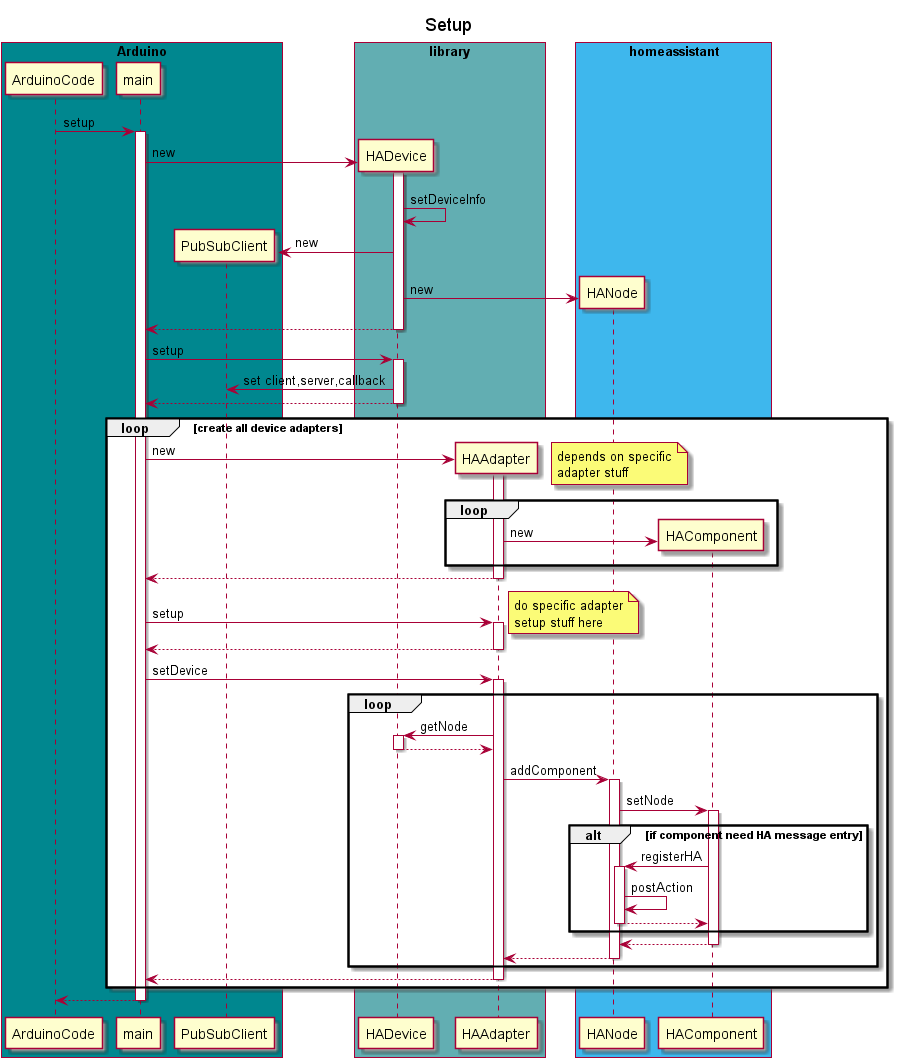
SBKila/homeassistantlibrary keeps this PlantUML diagram as out/doc/src/SD_Setup_plantUML/Setup.png. Above is the earlier version. Source of this version:
```plantuml
@startuml
title Setup

box "Arduino" #00878F
participant ArduinoCode
participant main
participant PubSubClient
end box

box "library" #62AEB2
participant HADevice
participant HAAdapter
end box

box "homeassistant" #3eb7ed
participant HANode
participant HAComponent
end box



ArduinoCode->main : setup
activate main
create HADevice
main->HADevice : new
activate HADevice
HADevice->HADevice : setDeviceInfo
create PubSubClient
HADevice->PubSubClient : new
create HANode
HADevice->HANode : new
return
main->HADevice:setup
activate HADevice
HADevice->PubSubClient : set client,server,callback
return


loop create all device adapters
	create HAAdapter
	main->HAAdapter : new
	activate HAAdapter
	loop
		note right : depends on specific\nadapter stuff
		create HAComponent
		HAAdapter->HAComponent : new
	end
	return

	main->HAAdapter : setup
	activate HAAdapter
	note right : do specific adapter\nsetup stuff here
	return

	main->HAAdapter : setDevice
	activate HAAdapter
	loop
		HAAdapter->HADevice : getNode
		activate HADevice
		return
		HAAdapter->HANode : addComponent
		activate HANode
		HANode->HAComponent : setNode
		alt if component need HA message entry
			activate HAComponent
			HAComponent->HANode:registerHA
			activate HANode
			HANode->HANode:postAction
			return
		end
		return
		return
	end
	return
end
return
@enduml
```
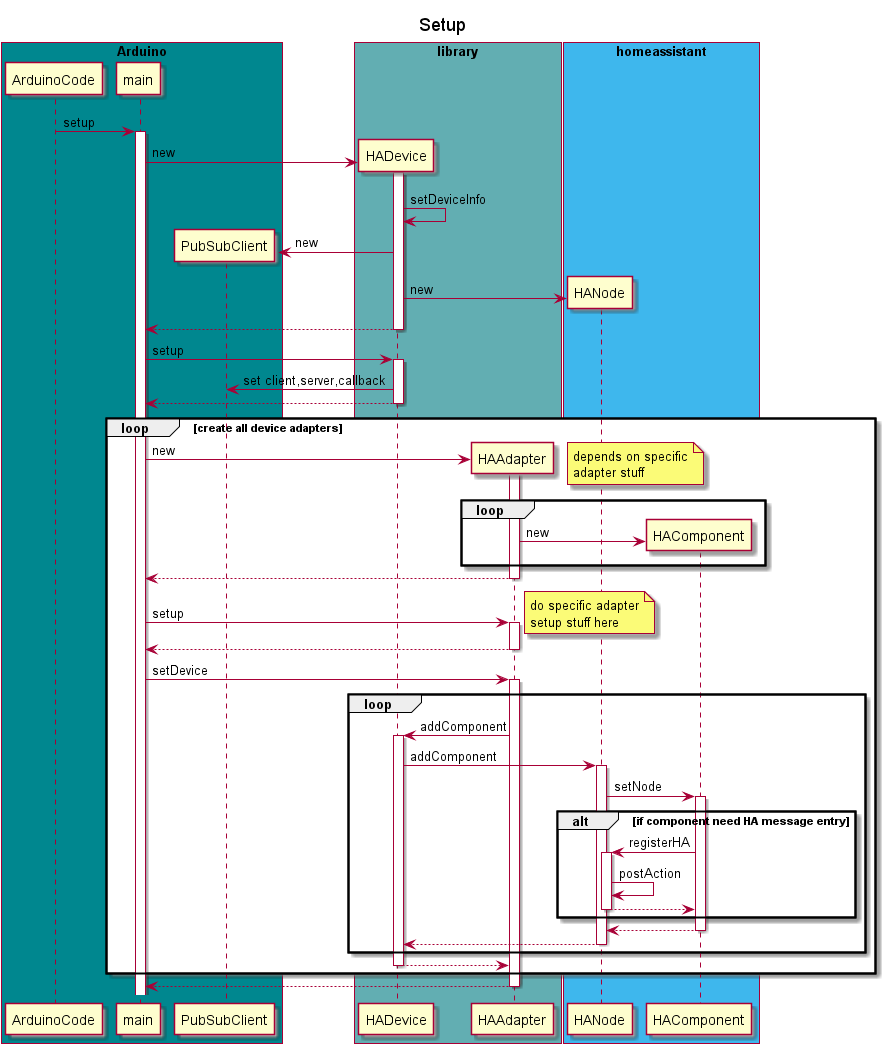
The same file after the commit.

Change to the diagram source:
```diff
@@ -55,10 +55,9 @@
 	main->HAAdapter : setDevice
 	activate HAAdapter
 	loop
-		HAAdapter->HADevice : getNode
+		HAAdapter->HADevice : addComponent
 		activate HADevice
-		return
-		HAAdapter->HANode : addComponent
+		HADevice->HANode : addComponent
 		activate HANode
 		HANode->HAComponent : setNode
 		alt if component need HA message entry
```
